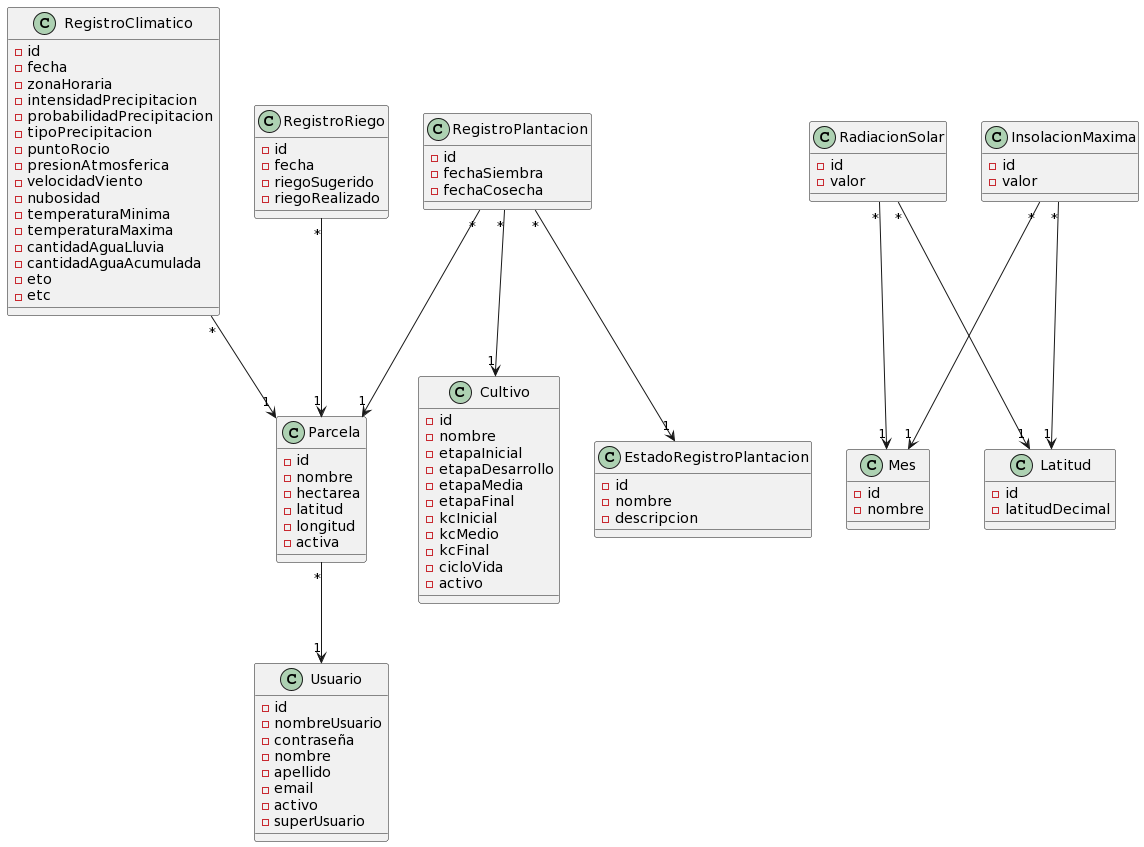
Earlier version of the PlantUML export domain model/MDominio: Sistema de riego.png (facundopaez-dev/sistema-web-riego).
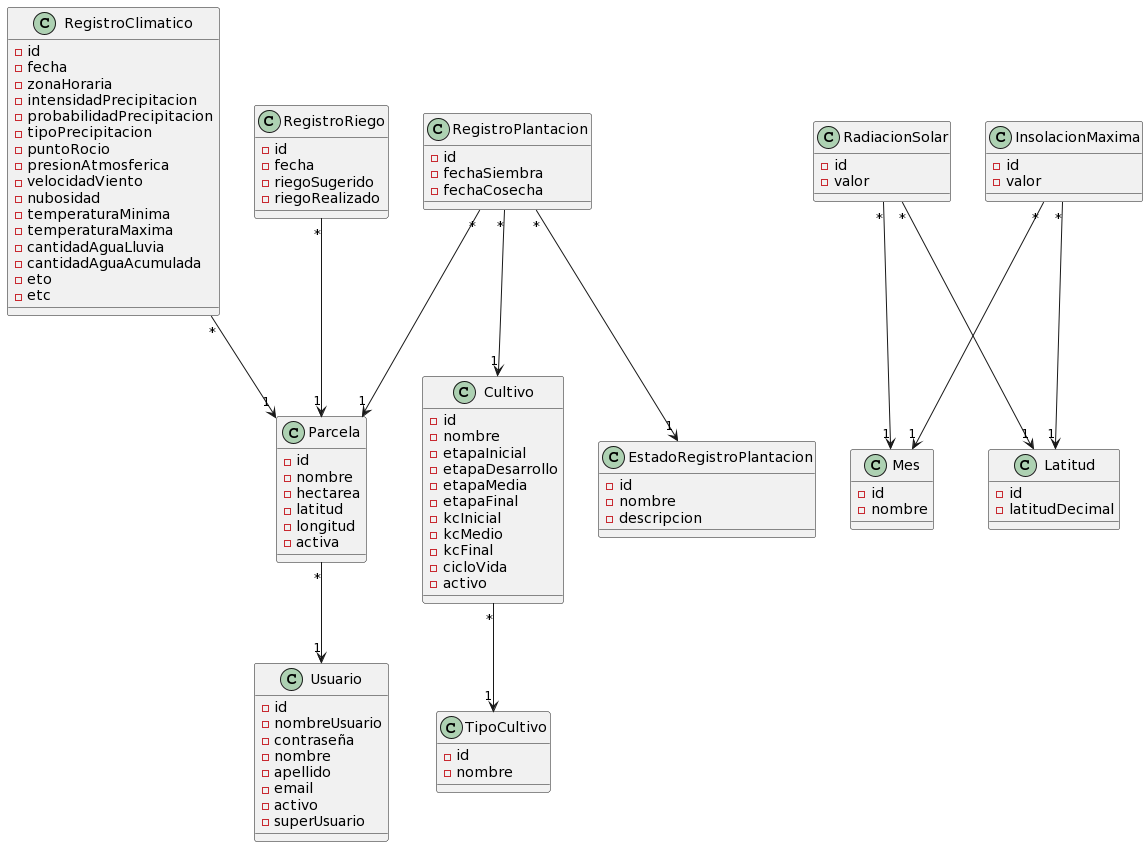
Later version of the same file.

Change to the diagram source:
```diff
@@ -9,6 +9,7 @@
 RadiacionSolar "*"-->"1" Latitud
 InsolacionMaxima "*"-->"1" Mes
 InsolacionMaxima "*"-->"1" Latitud
+Cultivo "*"-->"1" TipoCultivo
 
 class Parcela {
 -id
@@ -31,6 +32,11 @@
 -kcFinal
 -cicloVida
 -activo
+}
+
+class TipoCultivo {
+-id
+-nombre
 }
 
 class RegistroClimatico {
```
